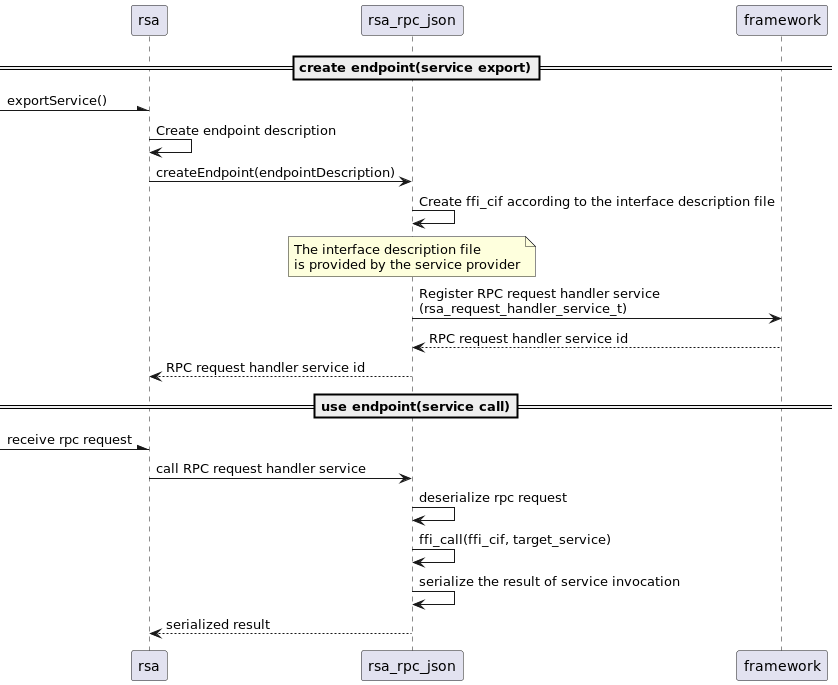
Before: bundles/remote_services/rsa_rpc_json/diagrams/remote_service_endpoint_use_seq.png, a diagram exported from PlantUML (apache/celix).
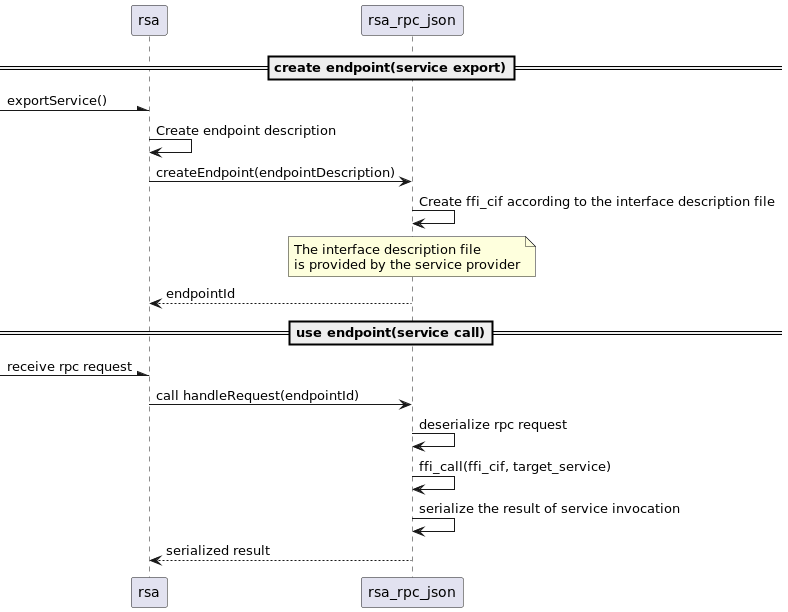
The same file after the commit.

Change to the diagram source:
```diff
@@ -8,13 +8,11 @@
 The interface description file
 is provided by the service provider
 end note
-rsa_rpc_json->framework:Register RPC request handler service\n(rsa_request_handler_service_t)
-return RPC request handler service id
-rsa_rpc_json --> rsa:RPC request handler service id
+rsa_rpc_json --> rsa:endpointId
 
 ==use endpoint(service call)==
 -\rsa:receive rpc request
-rsa->rsa_rpc_json:call RPC request handler service
+rsa->rsa_rpc_json:call handleRequest(endpointId)
 rsa_rpc_json->rsa_rpc_json:deserialize rpc request
 rsa_rpc_json->rsa_rpc_json:ffi_call(ffi_cif, target_service)
 rsa_rpc_json->rsa_rpc_json:serialize the result of service invocation
```
